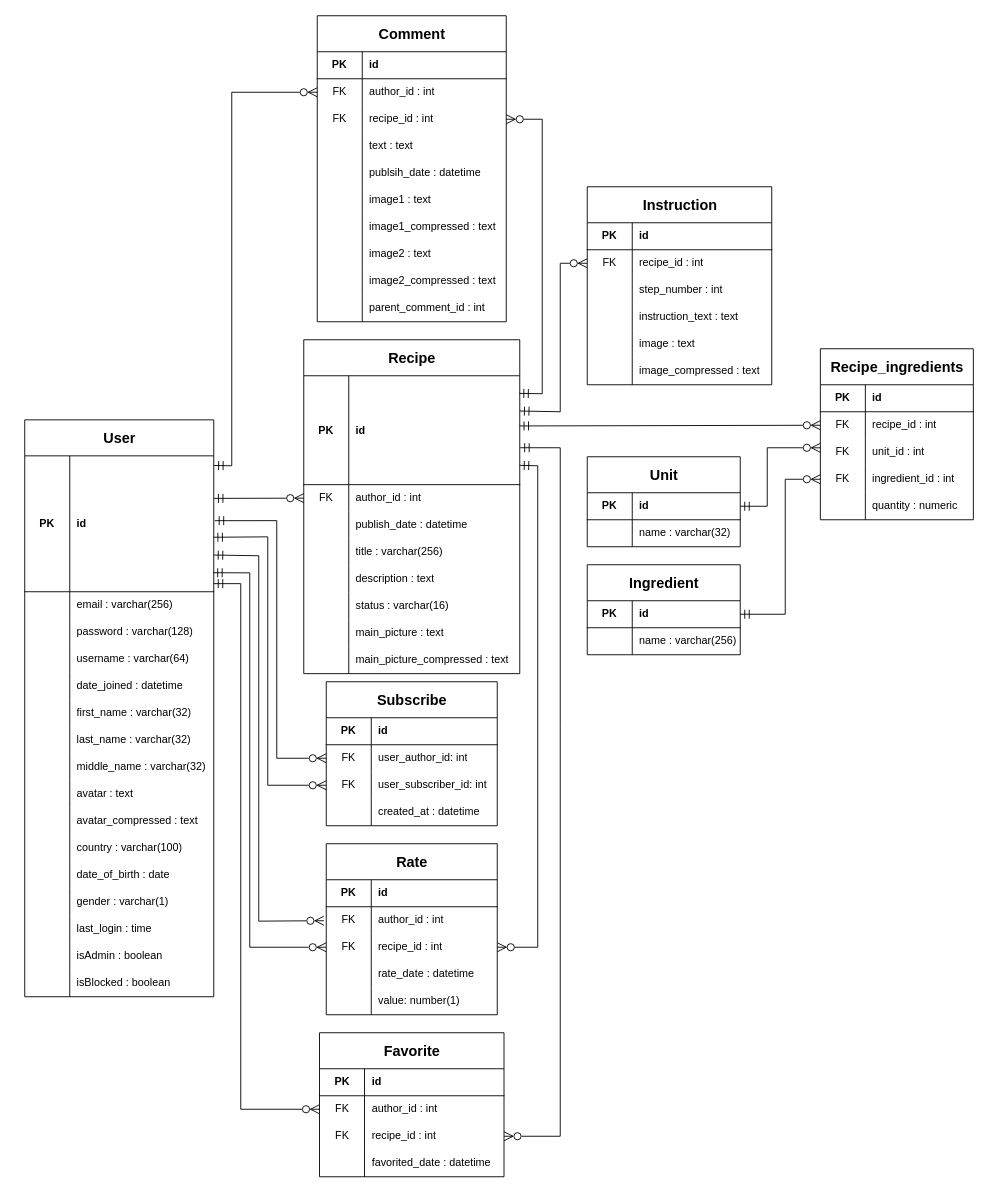
Above: docs/ER-diagram/ER-diagram — Web Gastronomy.drawio in BullDigga/web-gastronomy (draw.io), before the change. Source tidied: cells renumbered, new cells numbered last; positions are measured from the earlier drawing's top-left corner, leaving out a move shared by most shapes. Both pictures are drawn from the tidied source at 90%, with x=0, y=0 at pixel (24, 15).
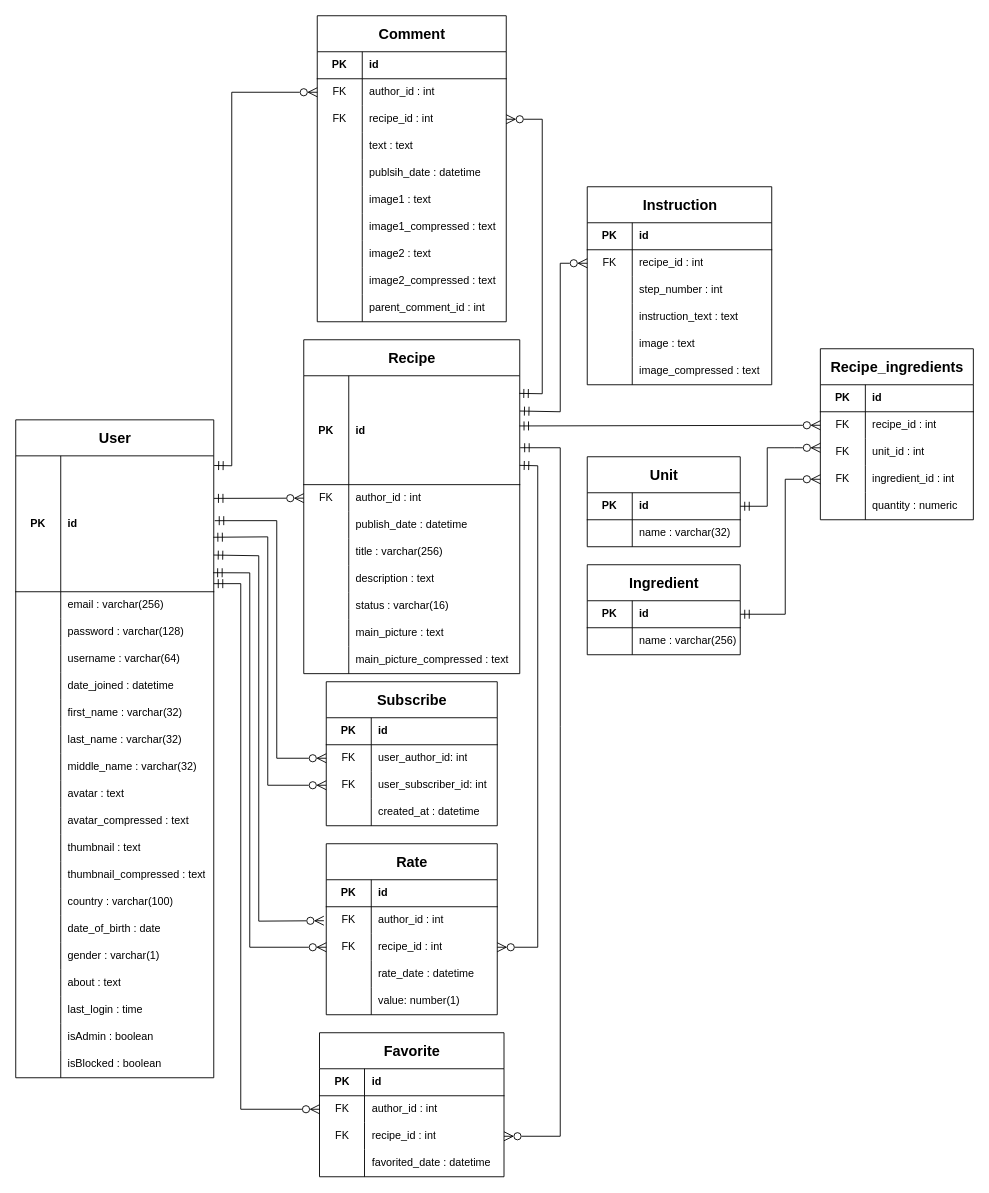
The same page after the edit.

Commit message (it also covers changes not shown here):
Добавлено поле «О себе» для пользователя; Обновлена ER-диаграмма

What changed in the source:
```diff
@@
     <mxCell id="2" value="User" style="shape=table;startSize=40;childLayout=tableLayout;rowLines=0;fontStyle=1;align=center;html=1;fontSize=16;" parent="1" vertex="1">
-      <mxGeometry y="449" width="210" height="641" as="geometry" />
+      <mxGeometry x="-10" y="449" width="220" height="731" as="geometry" />
     </mxCell>
     <mxCell id="3" style="shape=tableRow;horizontal=0;startSize=0;swimlaneHead=0;swimlaneBody=0;fillColor=none;points=[[0,0.5],[1,0.5]];portConstraint=eastwest;top=0;left=0;right=0;bottom=1;" parent="2" vertex="1">
-      <mxGeometry y="40" width="210" height="151" as="geometry" />
+      <mxGeometry y="40" width="220" height="151" as="geometry" />
     </mxCell>
@@
     <mxCell id="5" value="id" style="shape=partialRectangle;fillColor=none;top=0;left=0;bottom=0;right=0;align=left;spacingLeft=6;fontStyle=1;overflow=hidden;whiteSpace=wrap;html=1;" parent="3" vertex="1">
-      <mxGeometry x="50" width="160" height="151" as="geometry" />
+      <mxGeometry x="50" width="170" height="151" as="geometry" />
     </mxCell>
     <mxCell id="6" style="shape=tableRow;horizontal=0;startSize=0;swimlaneHead=0;swimlaneBody=0;fillColor=none;top=0;left=0;right=0;bottom=0;" parent="2" vertex="1">
-      <mxGeometry y="191" width="210" height="30" as="geometry" />
+      <mxGeometry y="191" width="220" height="30" as="geometry" />
     </mxCell>
@@
     <mxCell id="8" value="email : varchar(256)" style="shape=partialRectangle;fillColor=none;top=0;left=0;bottom=0;right=0;align=left;spacingLeft=6;overflow=hidden;whiteSpace=wrap;html=1;" parent="6" vertex="1">
-      <mxGeometry x="50" width="160" height="30" as="geometry" />
+      <mxGeometry x="50" width="170" height="30" as="geometry" />
     </mxCell>
     <mxCell id="9" style="shape=tableRow;horizontal=0;startSize=0;swimlaneHead=0;swimlaneBody=0;fillColor=none;top=0;left=0;right=0;bottom=0;" parent="2" vertex="1">
-      <mxGeometry y="221" width="210" height="30" as="geometry" />
+      <mxGeometry y="221" width="220" height="30" as="geometry" />
     </mxCell>
@@
     <mxCell id="11" value="password : varchar(128)" style="shape=partialRectangle;fillColor=none;top=0;left=0;bottom=0;right=0;align=left;spacingLeft=6;overflow=hidden;whiteSpace=wrap;html=1;" parent="9" vertex="1">
-      <mxGeometry x="50" width="160" height="30" as="geometry" />
+      <mxGeometry x="50" width="170" height="30" as="geometry" />
     </mxCell>
     <mxCell id="12" style="shape=tableRow;horizontal=0;startSize=0;swimlaneHead=0;swimlaneBody=0;fillColor=none;top=0;left=0;right=0;bottom=0;" parent="2" vertex="1">
-      <mxGeometry y="251" width="210" height="30" as="geometry" />
+      <mxGeometry y="251" width="220" height="30" as="geometry" />
     </mxCell>
@@
     <mxCell id="14" value="username : varchar(64)" style="shape=partialRectangle;fillColor=none;top=0;left=0;bottom=0;right=0;align=left;spacingLeft=6;overflow=hidden;whiteSpace=wrap;html=1;" parent="12" vertex="1">
-      <mxGeometry x="50" width="160" height="30" as="geometry" />
+      <mxGeometry x="50" width="170" height="30" as="geometry" />
     </mxCell>
     <mxCell id="15" style="shape=tableRow;horizontal=0;startSize=0;swimlaneHead=0;swimlaneBody=0;fillColor=none;top=0;left=0;right=0;bottom=0;" parent="2" vertex="1">
-      <mxGeometry y="281" width="210" height="30" as="geometry" />
+      <mxGeometry y="281" width="220" height="30" as="geometry" />
     </mxCell>
@@
     <mxCell id="17" value="date_joined : datetime" style="shape=partialRectangle;fillColor=none;top=0;left=0;bottom=0;right=0;align=left;spacingLeft=6;overflow=hidden;whiteSpace=wrap;html=1;" parent="15" vertex="1">
-      <mxGeometry x="50" width="160" height="30" as="geometry" />
+      <mxGeometry x="50" width="170" height="30" as="geometry" />
     </mxCell>
     <mxCell id="18" style="shape=tableRow;horizontal=0;startSize=0;swimlaneHead=0;swimlaneBody=0;fillColor=none;top=0;left=0;right=0;bottom=0;" parent="2" vertex="1">
-      <mxGeometry y="311" width="210" height="30" as="geometry" />
+      <mxGeometry y="311" width="220" height="30" as="geometry" />
     </mxCell>
@@
     <mxCell id="20" value="first_name : varchar(32)" style="shape=partialRectangle;fillColor=none;top=0;left=0;bottom=0;right=0;align=left;spacingLeft=6;overflow=hidden;whiteSpace=wrap;html=1;" parent="18" vertex="1">
-      <mxGeometry x="50" width="160" height="30" as="geometry" />
+      <mxGeometry x="50" width="170" height="30" as="geometry" />
     </mxCell>
     <mxCell id="21" style="shape=tableRow;horizontal=0;startSize=0;swimlaneHead=0;swimlaneBody=0;fillColor=none;top=0;left=0;right=0;bottom=0;" parent="2" vertex="1">
-      <mxGeometry y="341" width="210" height="30" as="geometry" />
+      <mxGeometry y="341" width="220" height="30" as="geometry" />
     </mxCell>
@@
     <mxCell id="23" value="last_name : varchar(32)" style="shape=partialRectangle;fillColor=none;top=0;left=0;bottom=0;right=0;align=left;spacingLeft=6;overflow=hidden;whiteSpace=wrap;html=1;" parent="21" vertex="1">
-      <mxGeometry x="50" width="160" height="30" as="geometry" />
+      <mxGeometry x="50" width="170" height="30" as="geometry" />
     </mxCell>
     <mxCell id="24" style="shape=tableRow;horizontal=0;startSize=0;swimlaneHead=0;swimlaneBody=0;fillColor=none;top=0;left=0;right=0;bottom=0;" parent="2" vertex="1">
-      <mxGeometry y="371" width="210" height="30" as="geometry" />
+      <mxGeometry y="371" width="220" height="30" as="geometry" />
     </mxCell>
@@
     <mxCell id="26" value="middle_name : varchar(32)" style="shape=partialRectangle;fillColor=none;top=0;left=0;bottom=0;right=0;align=left;spacingLeft=6;overflow=hidden;whiteSpace=wrap;html=1;" parent="24" vertex="1">
-      <mxGeometry x="50" width="160" height="30" as="geometry" />
+      <mxGeometry x="50" width="170" height="30" as="geometry" />
     </mxCell>
     <mxCell id="27" style="shape=tableRow;horizontal=0;startSize=0;swimlaneHead=0;swimlaneBody=0;fillColor=none;top=0;left=0;right=0;bottom=0;" parent="2" vertex="1">
-      <mxGeometry y="401" width="210" height="30" as="geometry" />
+      <mxGeometry y="401" width="220" height="30" as="geometry" />
     </mxCell>
@@
     <mxCell id="29" value="avatar : text" style="shape=partialRectangle;fillColor=none;top=0;left=0;bottom=0;right=0;align=left;spacingLeft=6;overflow=hidden;whiteSpace=wrap;html=1;" parent="27" vertex="1">
-      <mxGeometry x="50" width="160" height="30" as="geometry" />
+      <mxGeometry x="50" width="170" height="30" as="geometry" />
     </mxCell>
     <mxCell id="30" style="shape=tableRow;horizontal=0;startSize=0;swimlaneHead=0;swimlaneBody=0;fillColor=none;top=0;left=0;right=0;bottom=0;" parent="2" vertex="1">
-      <mxGeometry y="431" width="210" height="30" as="geometry" />
+      <mxGeometry y="431" width="220" height="30" as="geometry" />
     </mxCell>
@@
     <mxCell id="32" value="avatar_compressed : text" style="shape=partialRectangle;fillColor=none;top=0;left=0;bottom=0;right=0;align=left;spacingLeft=6;overflow=hidden;whiteSpace=wrap;html=1;" parent="30" vertex="1">
-      <mxGeometry x="50" width="160" height="30" as="geometry" />
+      <mxGeometry x="50" width="170" height="30" as="geometry" />
     </mxCell>
+    <mxCell id="212" style="shape=tableRow;horizontal=0;startSize=0;swimlaneHead=0;swimlaneBody=0;fillColor=none;top=0;left=0;right=0;bottom=0;" parent="2" vertex="1">
+      <mxGeometry y="461" width="220" height="30" as="geometry" />
+    </mxCell>
+    <mxCell id="213" style="shape=partialRectangle;fillColor=none;top=0;left=0;bottom=0;right=0;overflow=hidden;whiteSpace=wrap;html=1;" parent="212" vertex="1">
+      <mxGeometry width="50" height="30" as="geometry" />
+    </mxCell>
+    <mxCell id="214" value="thumbnail : text" style="shape=partialRectangle;fillColor=none;top=0;left=0;bottom=0;right=0;align=left;spacingLeft=6;overflow=hidden;whiteSpace=wrap;html=1;" parent="212" vertex="1">
+      <mxGeometry x="50" width="170" height="30" as="geometry" />
+    </mxCell>
+    <mxCell id="215" style="shape=tableRow;horizontal=0;startSize=0;swimlaneHead=0;swimlaneBody=0;fillColor=none;top=0;left=0;right=0;bottom=0;" parent="2" vertex="1">
+      <mxGeometry y="491" width="220" height="30" as="geometry" />
+    </mxCell>
+    <mxCell id="216" style="shape=partialRectangle;fillColor=none;top=0;left=0;bottom=0;right=0;overflow=hidden;whiteSpace=wrap;html=1;" parent="215" vertex="1">
+      <mxGeometry width="50" height="30" as="geometry" />
+    </mxCell>
+    <mxCell id="217" value="thumbnail_compressed : text" style="shape=partialRectangle;fillColor=none;top=0;left=0;bottom=0;right=0;align=left;spacingLeft=6;overflow=hidden;whiteSpace=wrap;html=1;" parent="215" vertex="1">
+      <mxGeometry x="50" width="170" height="30" as="geometry" />
+    </mxCell>
     <mxCell id="33" style="shape=tableRow;horizontal=0;startSize=0;swimlaneHead=0;swimlaneBody=0;fillColor=none;top=0;left=0;right=0;bottom=0;" parent="2" vertex="1">
-      <mxGeometry y="461" width="210" height="30" as="geometry" />
+      <mxGeometry y="521" width="220" height="30" as="geometry" />
     </mxCell>
@@
     <mxCell id="35" value="country : varchar(100)" style="shape=partialRectangle;fillColor=none;top=0;left=0;bottom=0;right=0;align=left;spacingLeft=6;overflow=hidden;whiteSpace=wrap;html=1;" parent="33" vertex="1">
-      <mxGeometry x="50" width="160" height="30" as="geometry" />
+      <mxGeometry x="50" width="170" height="30" as="geometry" />
     </mxCell>
     <mxCell id="36" style="shape=tableRow;horizontal=0;startSize=0;swimlaneHead=0;swimlaneBody=0;fillColor=none;top=0;left=0;right=0;bottom=0;" parent="2" vertex="1">
-      <mxGeometry y="491" width="210" height="30" as="geometry" />
+      <mxGeometry y="551" width="220" height="30" as="geometry" />
     </mxCell>
@@
     <mxCell id="38" value="date_of_birth : date" style="shape=partialRectangle;fillColor=none;top=0;left=0;bottom=0;right=0;align=left;spacingLeft=6;overflow=hidden;whiteSpace=wrap;html=1;" parent="36" vertex="1">
-      <mxGeometry x="50" width="160" height="30" as="geometry" />
+      <mxGeometry x="50" width="170" height="30" as="geometry" />
     </mxCell>
     <mxCell id="39" style="shape=tableRow;horizontal=0;startSize=0;swimlaneHead=0;swimlaneBody=0;fillColor=none;top=0;left=0;right=0;bottom=0;" parent="2" vertex="1">
-      <mxGeometry y="521" width="210" height="30" as="geometry" />
+      <mxGeometry y="581" width="220" height="30" as="geometry" />
     </mxCell>
@@
     <mxCell id="41" value="gender : varchar(1)" style="shape=partialRectangle;fillColor=none;top=0;left=0;bottom=0;right=0;align=left;spacingLeft=6;overflow=hidden;whiteSpace=wrap;html=1;" parent="39" vertex="1">
-      <mxGeometry x="50" width="160" height="30" as="geometry" />
+      <mxGeometry x="50" width="170" height="30" as="geometry" />
     </mxCell>
+    <mxCell id="218" style="shape=tableRow;horizontal=0;startSize=0;swimlaneHead=0;swimlaneBody=0;fillColor=none;top=0;left=0;right=0;bottom=0;" parent="2" vertex="1">
+      <mxGeometry y="611" width="220" height="30" as="geometry" />
+    </mxCell>
+    <mxCell id="219" style="shape=partialRectangle;fillColor=none;top=0;left=0;bottom=0;right=0;overflow=hidden;whiteSpace=wrap;html=1;" parent="218" vertex="1">
+      <mxGeometry width="50" height="30" as="geometry" />
+    </mxCell>
+    <mxCell id="220" value="about : text" style="shape=partialRectangle;fillColor=none;top=0;left=0;bottom=0;right=0;align=left;spacingLeft=6;overflow=hidden;whiteSpace=wrap;html=1;" parent="218" vertex="1">
+      <mxGeometry x="50" width="170" height="30" as="geometry" />
+    </mxCell>
     <mxCell id="42" style="shape=tableRow;horizontal=0;startSize=0;swimlaneHead=0;swimlaneBody=0;fillColor=none;top=0;left=0;right=0;bottom=0;" parent="2" vertex="1">
-      <mxGeometry y="551" width="210" height="30" as="geometry" />
+      <mxGeometry y="641" width="220" height="30" as="geometry" />
     </mxCell>
@@
     <mxCell id="44" value="last_login : time" style="shape=partialRectangle;fillColor=none;top=0;left=0;bottom=0;right=0;align=left;spacingLeft=6;overflow=hidden;whiteSpace=wrap;html=1;" parent="42" vertex="1">
-      <mxGeometry x="50" width="160" height="30" as="geometry" />
+      <mxGeometry x="50" width="170" height="30" as="geometry" />
     </mxCell>
     <mxCell id="45" style="shape=tableRow;horizontal=0;startSize=0;swimlaneHead=0;swimlaneBody=0;fillColor=none;top=0;left=0;right=0;bottom=0;" parent="2" vertex="1">
-      <mxGeometry y="581" width="210" height="30" as="geometry" />
+      <mxGeometry y="671" width="220" height="30" as="geometry" />
     </mxCell>
@@
     <mxCell id="47" value="isAdmin : boolean" style="shape=partialRectangle;fillColor=none;top=0;left=0;bottom=0;right=0;align=left;spacingLeft=6;overflow=hidden;whiteSpace=wrap;html=1;" parent="45" vertex="1">
-      <mxGeometry x="50" width="160" height="30" as="geometry" />
+      <mxGeometry x="50" width="170" height="30" as="geometry" />
     </mxCell>
     <mxCell id="48" style="shape=tableRow;horizontal=0;startSize=0;swimlaneHead=0;swimlaneBody=0;fillColor=none;top=0;left=0;right=0;bottom=0;" parent="2" vertex="1">
-      <mxGeometry y="611" width="210" height="30" as="geometry" />
+      <mxGeometry y="701" width="220" height="30" as="geometry" />
     </mxCell>
@@
     <mxCell id="50" value="isBlocked : boolean" style="shape=partialRectangle;fillColor=none;top=0;left=0;bottom=0;right=0;align=left;spacingLeft=6;overflow=hidden;whiteSpace=wrap;html=1;" parent="48" vertex="1">
-      <mxGeometry x="50" width="160" height="30" as="geometry" />
+      <mxGeometry x="50" width="170" height="30" as="geometry" />
     </mxCell>
```
